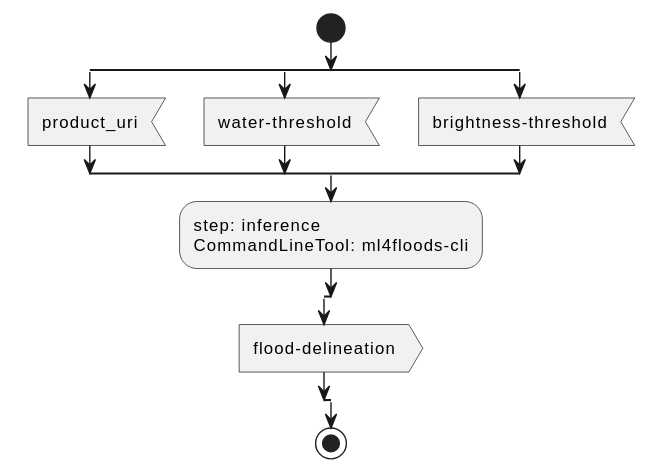
The PlantUML diagram docs/ml4floods/activity.svg in eoap/app-ml4floods, before a commit.
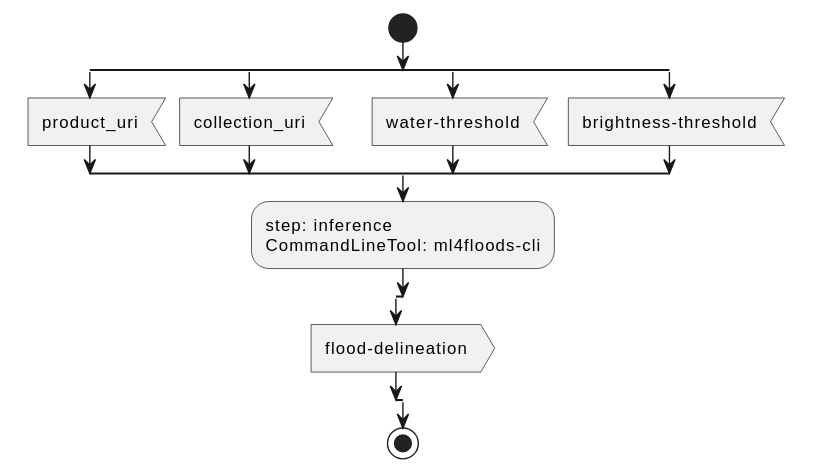
The same file after the commit.

Commit message:
adds collection uri

Change to the diagram source:
```diff
@@ -10,6 +10,9 @@
 split
 
     :product_uri; <<input>>
+split again
+
+    :collection_uri; <<input>>
 split again
 
     :water-threshold; <<input>>
```
